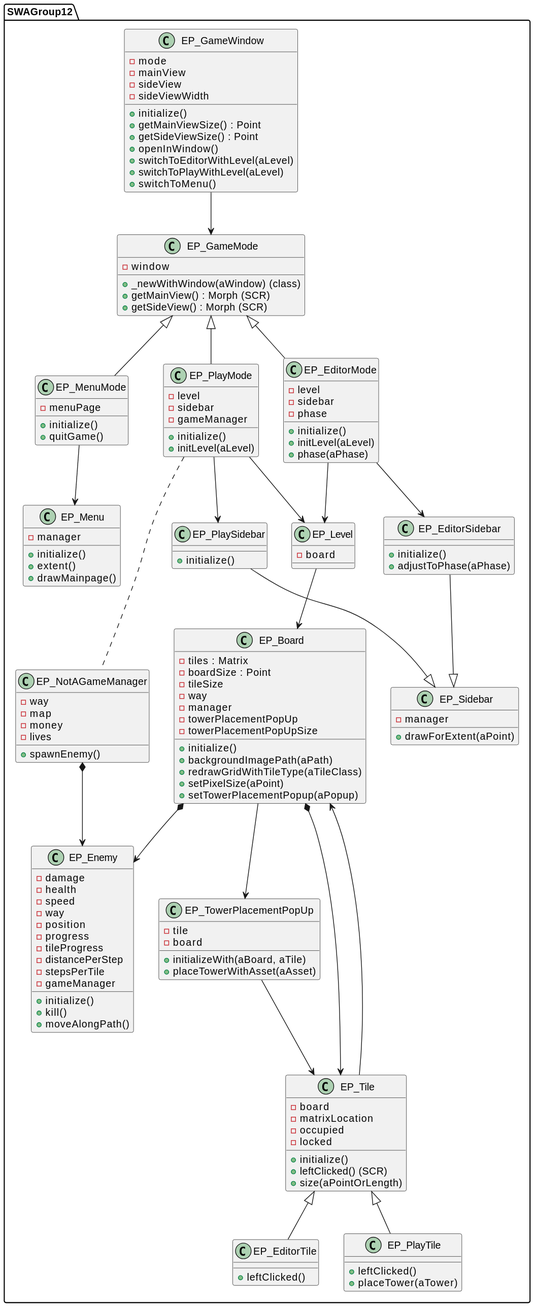
Above: out/diagram/diagram.svg in tobiashornbogen/swa_misc (PlantUML), before the change.
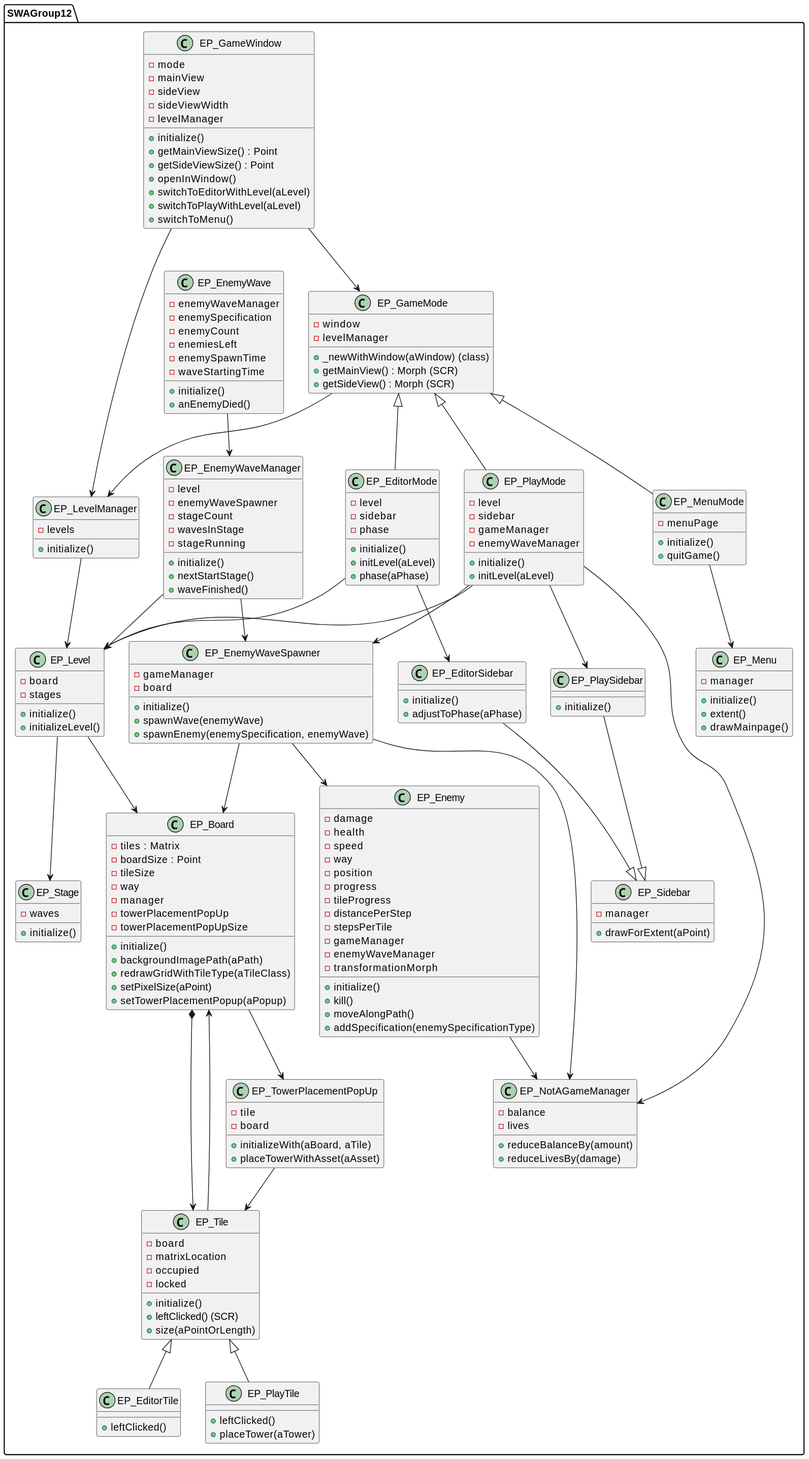
The same file after the commit.

Commit message:
added right format now...

Change to the diagram source:
```diff
@@ -46,9 +46,47 @@
         -distancePerStep
         -stepsPerTile
         -gameManager
+        -enemyWaveManager
+        -transformationMorph
         +initialize()
         +kill()
         +moveAlongPath()
+        +addSpecification(enemySpecificationType)
+    }
+
+    class EP_EnemyWaveSpawner {
+        -gameManager
+        -board
+        +initialize()
+        +spawnWave(enemyWave)
+        +spawnEnemy(enemySpecification, enemyWave)
+    }
+
+    class EP_EnemyWave {
+        -enemyWaveManager
+        -enemySpecification
+        -enemyCount
+        -enemiesLeft
+        -enemySpawnTime
+        -waveStartingTime
+        +initialize()
+        +anEnemyDied()
+    }
+
+    class EP_EnemyWaveManager {
+        -level
+        -enemyWaveSpawner
+        -stageCount
+        -wavesInStage
+        -stageRunning
+        +initialize()
+        +nextStartStage()
+        +waveFinished()
+    }
+
+    class EP_Stage {
+        -waves
+        +initialize()
     }
 
     class EP_TowerPlacementPopUp {
@@ -60,6 +98,7 @@
 
     class EP_GameMode {
         -window
+        -levelManager
         +_newWithWindow(aWindow) (class)
         +getMainView() : Morph (SCR)
         +getSideView() : Morph (SCR)
@@ -75,6 +114,7 @@
         -level
         -sidebar
         -gameManager
+        -enemyWaveManager
         +initialize()
         +initLevel(aLevel)
     }
@@ -107,6 +147,7 @@
         -mainView
         -sideView
         -sideViewWidth
+        -levelManager
         +initialize()
         +getMainViewSize() : Point
         +getSideViewSize() : Point
@@ -124,24 +165,47 @@
     }
 
     class EP_NotAGameManager {
-        -way
-        -map
-        -money
+        -balance
         -lives
-        +spawnEnemy()
+        +reduceBalanceBy(amount)
+        +reduceLivesBy(damage)
     }
 
     class EP_Level {
         -board
+        -stages
+        +initialize()
+        +initializeLevel()
     }
 
+    class EP_LevelManager {
+        -levels
+        +initialize()
+    }
+
+    EP_LevelManager --> EP_Level
+
+    EP_Level --> EP_Board
+    EP_Level --> EP_Stage
+
+    EP_Enemy --> EP_NotAGameManager
+
+    EP_EnemyWaveSpawner --> EP_Board
+    EP_EnemyWaveSpawner --> EP_NotAGameManager
+    EP_EnemyWaveSpawner --> EP_Enemy
+
+    EP_EnemyWaveManager --> EP_EnemyWaveSpawner
+    EP_EnemyWaveManager --> EP_Level
+
+    EP_EnemyWave --> EP_EnemyWaveManager
 
     EP_GameWindow --> EP_GameMode
+    EP_GameWindow --> EP_LevelManager
 
     EP_Board *--> EP_Tile
-    EP_Board *--> EP_Enemy
     EP_Board --> EP_TowerPlacementPopUp
 
+    EP_GameMode --> EP_LevelManager
     EP_GameMode <|-- EP_MenuMode
     EP_GameMode <|-- EP_EditorMode
     EP_GameMode <|-- EP_PlayMode
@@ -150,12 +214,12 @@
 
     EP_PlayMode --> EP_Level
     EP_PlayMode --> EP_PlaySidebar
+    EP_PlayMode --> EP_EnemyWaveSpawner
+
     EP_EditorMode --> EP_Level
     EP_EditorMode --> EP_EditorSidebar
-    EP_Level --> EP_Board
 
-    EP_PlayMode ... EP_NotAGameManager
-    EP_NotAGameManager *--> EP_Enemy
+    EP_PlayMode --> EP_NotAGameManager
     EP_TowerPlacementPopUp --> EP_Tile
 
     EP_Tile --> EP_Board
```
